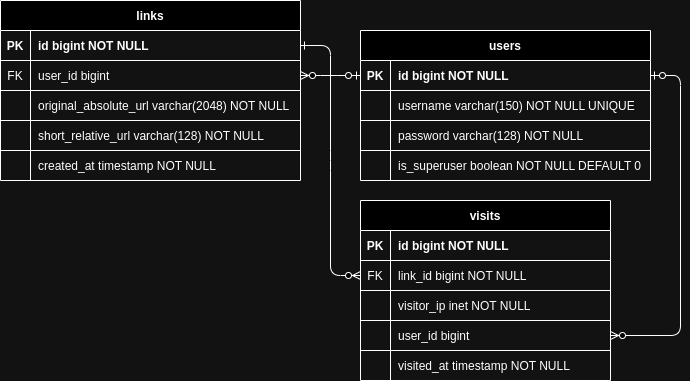
Earlier version of the draw.io export schema.png (Addefan/shortify). Source tidied: cells renumbered, new cells last; positions are measured from the earlier drawing's top-left corner, leaving out a move shared by most shapes. The source it was exported from:
```xml
<mxGraphModel>
  <root>
    <mxCell id="0" />
    <mxCell id="1" parent="0" />
    <mxCell id="2" style="edgeStyle=entityRelationEdgeStyle;endArrow=ERzeroToMany;startArrow=ERone;endFill=1;startFill=0;entryX=0;entryY=0.5;entryDx=0;entryDy=0;exitX=1;exitY=0.5;exitDx=0;exitDy=0;" parent="1" edge="1" source="34" target="21">
      <mxGeometry relative="1" as="geometry" />
    </mxCell>
    <mxCell id="3" style="edgeStyle=entityRelationEdgeStyle;endArrow=ERzeroToMany;startArrow=ERzeroToOne;endFill=1;startFill=0;exitX=0;exitY=0.5;exitDx=0;exitDy=0;entryX=1;entryY=0.5;entryDx=0;entryDy=0;" parent="1" edge="1" source="5" target="37">
      <mxGeometry relative="1" as="geometry">
        <Array as="points">
          <mxPoint x="210" />
        </Array>
      </mxGeometry>
    </mxCell>
    <mxCell id="4" value="users" style="shape=table;startSize=30;rowLines=0;fontStyle=1;align=center;" parent="1" vertex="1">
      <mxGeometry x="360" y="120" width="290" height="150" as="geometry" />
    </mxCell>
    <mxCell id="5" style="shape=partialRectangle;fillColor=none;points=[[0,0.5],[1,0.5]];portConstraint=eastwest;top=0;left=0;right=0;bottom=1;" parent="4" vertex="1">
      <mxGeometry y="30" width="290" height="30" as="geometry" />
    </mxCell>
    <mxCell id="6" value="PK" style="shape=partialRectangle;overflow=hidden;fillColor=none;top=0;left=0;bottom=0;right=0;fontStyle=1;" parent="5" vertex="1">
      <mxGeometry width="30" height="30" as="geometry" />
    </mxCell>
    <mxCell id="7" value="id bigint NOT NULL " style="shape=partialRectangle;overflow=hidden;fillColor=none;top=0;left=0;bottom=0;right=0;align=left;spacingLeft=6;fontStyle=1;" parent="5" vertex="1">
      <mxGeometry x="30" width="260" height="30" as="geometry" />
    </mxCell>
    <mxCell id="8" style="shape=partialRectangle;fillColor=none;top=0;left=0;right=0;bottom=0;" parent="4" vertex="1">
      <mxGeometry y="60" width="290" height="30" as="geometry" />
    </mxCell>
    <mxCell id="9" style="shape=partialRectangle;overflow=hidden;fillColor=none;top=0;left=0;bottom=0;right=0;" parent="8" vertex="1">
      <mxGeometry width="30" height="30" as="geometry" />
    </mxCell>
    <mxCell id="10" value="username varchar(150) NOT NULL UNIQUE " style="shape=partialRectangle;overflow=hidden;fillColor=none;top=0;left=0;bottom=0;right=0;align=left;spacingLeft=6;" parent="8" vertex="1">
      <mxGeometry x="30" width="260" height="30" as="geometry" />
    </mxCell>
    <mxCell id="11" style="shape=partialRectangle;fillColor=none;top=0;left=0;right=0;bottom=0;" parent="4" vertex="1">
      <mxGeometry y="90" width="290" height="30" as="geometry" />
    </mxCell>
    <mxCell id="12" style="shape=partialRectangle;overflow=hidden;fillColor=none;top=1;left=0;bottom=0;right=0;" parent="11" vertex="1">
      <mxGeometry width="30" height="30" as="geometry" />
    </mxCell>
    <mxCell id="13" value="password varchar(128) NOT NULL" style="shape=partialRectangle;overflow=hidden;fillColor=none;top=1;left=0;bottom=0;right=0;align=left;spacingLeft=6;" parent="11" vertex="1">
      <mxGeometry x="30" width="260" height="30" as="geometry" />
    </mxCell>
    <mxCell id="14" style="shape=partialRectangle;fillColor=none;top=0;left=0;right=0;bottom=0;" parent="4" vertex="1">
      <mxGeometry y="120" width="290" height="30" as="geometry" />
    </mxCell>
    <mxCell id="15" style="shape=partialRectangle;overflow=hidden;fillColor=none;top=1;left=0;bottom=0;right=0;" parent="14" vertex="1">
      <mxGeometry width="30" height="30" as="geometry" />
    </mxCell>
    <mxCell id="16" value="is_superuser boolean NOT NULL DEFAULT 0" style="shape=partialRectangle;overflow=hidden;fillColor=none;top=1;left=0;bottom=0;right=0;align=left;spacingLeft=6;" parent="14" vertex="1">
      <mxGeometry x="30" width="260" height="30" as="geometry" />
    </mxCell>
    <mxCell id="17" value="visits" style="shape=table;startSize=30;rowLines=0;fontStyle=1;align=center;" parent="1" vertex="1">
      <mxGeometry x="360" y="290" width="250" height="180" as="geometry" />
    </mxCell>
    <mxCell id="18" style="shape=partialRectangle;fillColor=none;top=0;left=0;right=0;bottom=1;" parent="17" vertex="1">
      <mxGeometry y="30" width="250" height="30" as="geometry" />
    </mxCell>
    <mxCell id="19" value="PK" style="shape=partialRectangle;overflow=hidden;fillColor=none;top=0;left=0;bottom=0;right=0;fontStyle=1;" parent="18" vertex="1">
      <mxGeometry width="30" height="30" as="geometry" />
    </mxCell>
    <mxCell id="20" value="id bigint NOT NULL " style="shape=partialRectangle;overflow=hidden;fillColor=none;top=0;left=0;bottom=0;right=0;align=left;spacingLeft=6;fontStyle=1;" parent="18" vertex="1">
      <mxGeometry x="30" width="220" height="30" as="geometry" />
    </mxCell>
    <mxCell id="21" style="shape=partialRectangle;fillColor=none;points=[[0,0.5],[1,0.5]];portConstraint=eastwest;top=0;left=0;right=0;bottom=0;" parent="17" vertex="1">
      <mxGeometry y="60" width="250" height="30" as="geometry" />
    </mxCell>
    <mxCell id="22" value="FK" style="shape=partialRectangle;overflow=hidden;fillColor=none;top=0;left=0;bottom=0;right=0;" parent="21" vertex="1">
      <mxGeometry width="30" height="30" as="geometry" />
    </mxCell>
    <mxCell id="23" value="link_id bigint NOT NULL" style="shape=partialRectangle;overflow=hidden;fillColor=none;top=0;left=0;bottom=0;right=0;align=left;spacingLeft=6;" parent="21" vertex="1">
      <mxGeometry x="30" width="220" height="30" as="geometry" />
    </mxCell>
    <mxCell id="24" style="shape=partialRectangle;fillColor=none;top=0;left=0;right=0;bottom=0;" parent="17" vertex="1">
      <mxGeometry y="90" width="250" height="30" as="geometry" />
    </mxCell>
    <mxCell id="25" style="shape=partialRectangle;overflow=hidden;fillColor=none;top=1;left=0;bottom=0;right=0;" parent="24" vertex="1">
      <mxGeometry width="30" height="30" as="geometry" />
    </mxCell>
    <mxCell id="26" value="visitor_ip inet NOT NULL" style="shape=partialRectangle;overflow=hidden;fillColor=none;top=1;left=0;bottom=0;right=0;align=left;spacingLeft=6;" parent="24" vertex="1">
      <mxGeometry x="30" width="220" height="30" as="geometry" />
    </mxCell>
    <mxCell id="27" style="shape=partialRectangle;fillColor=none;points=[[0,0.5],[1,0.5]];portConstraint=eastwest;top=0;left=0;right=0;bottom=0;" parent="17" vertex="1">
      <mxGeometry y="120" width="250" height="30" as="geometry" />
    </mxCell>
    <mxCell id="28" style="shape=partialRectangle;overflow=hidden;fillColor=none;top=1;left=0;bottom=0;right=0;" parent="27" vertex="1">
      <mxGeometry width="30" height="30" as="geometry" />
    </mxCell>
    <mxCell id="29" value="user_id bigint" style="shape=partialRectangle;overflow=hidden;fillColor=none;top=1;left=0;bottom=0;right=0;align=left;spacingLeft=6;" parent="27" vertex="1">
      <mxGeometry x="30" width="220" height="30" as="geometry" />
    </mxCell>
    <mxCell id="30" style="shape=partialRectangle;fillColor=none;top=0;left=0;right=0;bottom=0;" parent="17" vertex="1">
      <mxGeometry y="150" width="250" height="30" as="geometry" />
    </mxCell>
    <mxCell id="31" style="shape=partialRectangle;overflow=hidden;fillColor=none;top=1;left=0;bottom=0;right=0;" parent="30" vertex="1">
      <mxGeometry width="30" height="30" as="geometry" />
    </mxCell>
    <mxCell id="32" value="visited_at timestamp NOT NULL" style="shape=partialRectangle;overflow=hidden;fillColor=none;top=1;left=0;bottom=0;right=0;align=left;spacingLeft=6;" parent="30" vertex="1">
      <mxGeometry x="30" width="220" height="30" as="geometry" />
    </mxCell>
    <mxCell id="33" value="links" style="shape=table;startSize=30;rowLines=0;fontStyle=1;align=center;" parent="1" vertex="1">
      <mxGeometry y="90" width="300" height="180" as="geometry" />
    </mxCell>
    <mxCell id="34" style="shape=partialRectangle;fillColor=none;points=[[0,0.5],[1,0.5]];portConstraint=eastwest;top=0;left=0;right=0;bottom=1;" parent="33" vertex="1">
      <mxGeometry y="30" width="300" height="30" as="geometry" />
    </mxCell>
    <mxCell id="35" value="PK" style="shape=partialRectangle;overflow=hidden;fillColor=none;top=0;left=0;bottom=0;right=0;fontStyle=1;" parent="34" vertex="1">
      <mxGeometry width="30" height="30" as="geometry" />
    </mxCell>
    <mxCell id="36" value="id bigint NOT NULL " style="shape=partialRectangle;overflow=hidden;fillColor=none;top=0;left=0;bottom=0;right=0;align=left;spacingLeft=6;fontStyle=1;" parent="34" vertex="1">
      <mxGeometry x="30" width="270" height="30" as="geometry" />
    </mxCell>
    <mxCell id="37" style="shape=partialRectangle;fillColor=none;points=[[0,0.5],[1,0.5]];portConstraint=eastwest;top=0;left=0;right=0;bottom=0;" parent="33" vertex="1">
      <mxGeometry y="60" width="300" height="30" as="geometry" />
    </mxCell>
    <mxCell id="38" value="FK" style="shape=partialRectangle;overflow=hidden;fillColor=none;top=1;left=0;bottom=0;right=0;" parent="37" vertex="1">
      <mxGeometry width="30" height="30" as="geometry" />
    </mxCell>
    <mxCell id="39" value="user_id bigint" style="shape=partialRectangle;overflow=hidden;fillColor=none;top=1;left=0;bottom=0;right=0;align=left;spacingLeft=6;" parent="37" vertex="1">
      <mxGeometry x="30" width="270" height="30" as="geometry" />
    </mxCell>
    <mxCell id="40" style="shape=partialRectangle;fillColor=none;top=0;left=0;right=0;bottom=0;" parent="33" vertex="1">
      <mxGeometry y="90" width="300" height="30" as="geometry" />
    </mxCell>
    <mxCell id="41" style="shape=partialRectangle;overflow=hidden;fillColor=none;top=1;left=0;bottom=0;right=0;" parent="40" vertex="1">
      <mxGeometry width="30" height="30" as="geometry" />
    </mxCell>
    <mxCell id="42" value="original_absolute_url varchar(2048) NOT NULL" style="shape=partialRectangle;overflow=hidden;fillColor=none;top=1;left=0;bottom=0;right=0;align=left;spacingLeft=6;" parent="40" vertex="1">
      <mxGeometry x="30" width="270" height="30" as="geometry" />
    </mxCell>
    <mxCell id="43" style="shape=partialRectangle;fillColor=none;top=0;left=0;right=0;bottom=0;" parent="33" vertex="1">
      <mxGeometry y="120" width="300" height="30" as="geometry" />
    </mxCell>
    <mxCell id="44" style="shape=partialRectangle;overflow=hidden;fillColor=none;top=1;left=0;bottom=0;right=0;" parent="43" vertex="1">
      <mxGeometry width="30" height="30" as="geometry" />
    </mxCell>
    <mxCell id="45" value="short_relative_url varchar(128) NOT NULL" style="shape=partialRectangle;overflow=hidden;fillColor=none;top=1;left=0;bottom=0;right=0;align=left;spacingLeft=6;" parent="43" vertex="1">
      <mxGeometry x="30" width="270" height="30" as="geometry" />
    </mxCell>
    <mxCell id="46" style="shape=partialRectangle;fillColor=none;top=0;left=0;right=0;bottom=0;" parent="33" vertex="1">
      <mxGeometry y="150" width="300" height="30" as="geometry" />
    </mxCell>
    <mxCell id="47" style="shape=partialRectangle;overflow=hidden;fillColor=none;top=1;left=0;bottom=0;right=0;" parent="46" vertex="1">
      <mxGeometry width="30" height="30" as="geometry" />
    </mxCell>
    <mxCell id="48" value="created_at timestamp NOT NULL" style="shape=partialRectangle;overflow=hidden;fillColor=none;top=1;left=0;bottom=0;right=0;align=left;spacingLeft=6;" parent="46" vertex="1">
      <mxGeometry x="30" width="270" height="30" as="geometry" />
    </mxCell>
    <mxCell id="49" style="edgeStyle=entityRelationEdgeStyle;endArrow=ERzeroToMany;startArrow=ERzeroToOne;endFill=1;startFill=0;entryX=1;entryY=0.5;entryDx=0;entryDy=0;" parent="1" edge="1" source="5" target="27">
      <mxGeometry relative="1" as="geometry">
        <Array as="points">
          <mxPoint x="730" y="250" />
          <mxPoint x="720" y="220" />
          <mxPoint x="730" y="200" />
          <mxPoint x="690" y="290" />
          <mxPoint x="710" y="200" />
          <mxPoint x="670" y="290" />
          <mxPoint x="580" y="175" />
          <mxPoint x="710" y="250" />
          <mxPoint x="710" y="270" />
        </Array>
      </mxGeometry>
    </mxCell>
  </root>
</mxGraphModel>
```
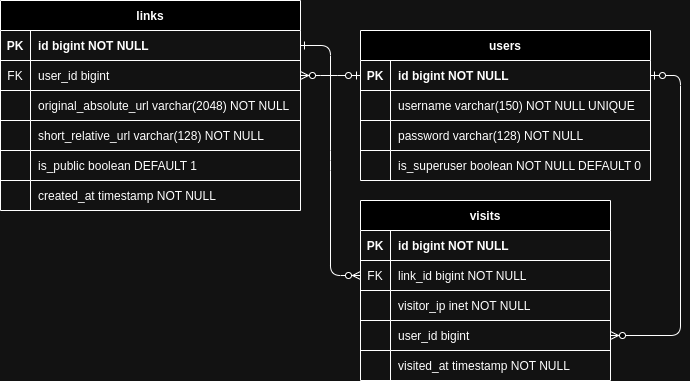
After the commit.

What changed in the source:
```diff
@@ -100,7 +100,7 @@
       <mxGeometry x="30" width="220" height="30" as="geometry" />
     </mxCell>
     <mxCell id="33" value="links" style="shape=table;startSize=30;rowLines=0;fontStyle=1;align=center;" parent="1" vertex="1">
-      <mxGeometry y="90" width="300" height="180" as="geometry" />
+      <mxGeometry y="90" width="300" height="210" as="geometry" />
     </mxCell>
     <mxCell id="34" style="shape=partialRectangle;fillColor=none;points=[[0,0.5],[1,0.5]];portConstraint=eastwest;top=0;left=0;right=0;bottom=1;" parent="33" vertex="1">
       <mxGeometry y="30" width="300" height="30" as="geometry" />
@@ -138,8 +138,17 @@
     <mxCell id="45" value="short_relative_url varchar(128) NOT NULL" style="shape=partialRectangle;overflow=hidden;fillColor=none;top=1;left=0;bottom=0;right=0;align=left;spacingLeft=6;" parent="43" vertex="1">
       <mxGeometry x="30" width="270" height="30" as="geometry" />
     </mxCell>
+    <mxCell id="50" style="shape=partialRectangle;fillColor=none;top=0;left=0;right=0;bottom=0;" parent="33" vertex="1">
+      <mxGeometry y="150" width="300" height="30" as="geometry" />
+    </mxCell>
+    <mxCell id="51" style="shape=partialRectangle;overflow=hidden;fillColor=none;top=1;left=0;bottom=0;right=0;" parent="50" vertex="1">
+      <mxGeometry width="30" height="30" as="geometry" />
+    </mxCell>
+    <mxCell id="52" value="is_public boolean DEFAULT 1" style="shape=partialRectangle;overflow=hidden;fillColor=none;top=1;left=0;bottom=0;right=0;align=left;spacingLeft=6;" parent="50" vertex="1">
+      <mxGeometry x="30" width="270" height="30" as="geometry" />
+    </mxCell>
     <mxCell id="46" style="shape=partialRectangle;fillColor=none;top=0;left=0;right=0;bottom=0;" parent="33" vertex="1">
-      <mxGeometry y="150" width="300" height="30" as="geometry" />
+      <mxGeometry y="180" width="300" height="30" as="geometry" />
     </mxCell>
     <mxCell id="47" style="shape=partialRectangle;overflow=hidden;fillColor=none;top=1;left=0;bottom=0;right=0;" parent="46" vertex="1">
       <mxGeometry width="30" height="30" as="geometry" />
```
